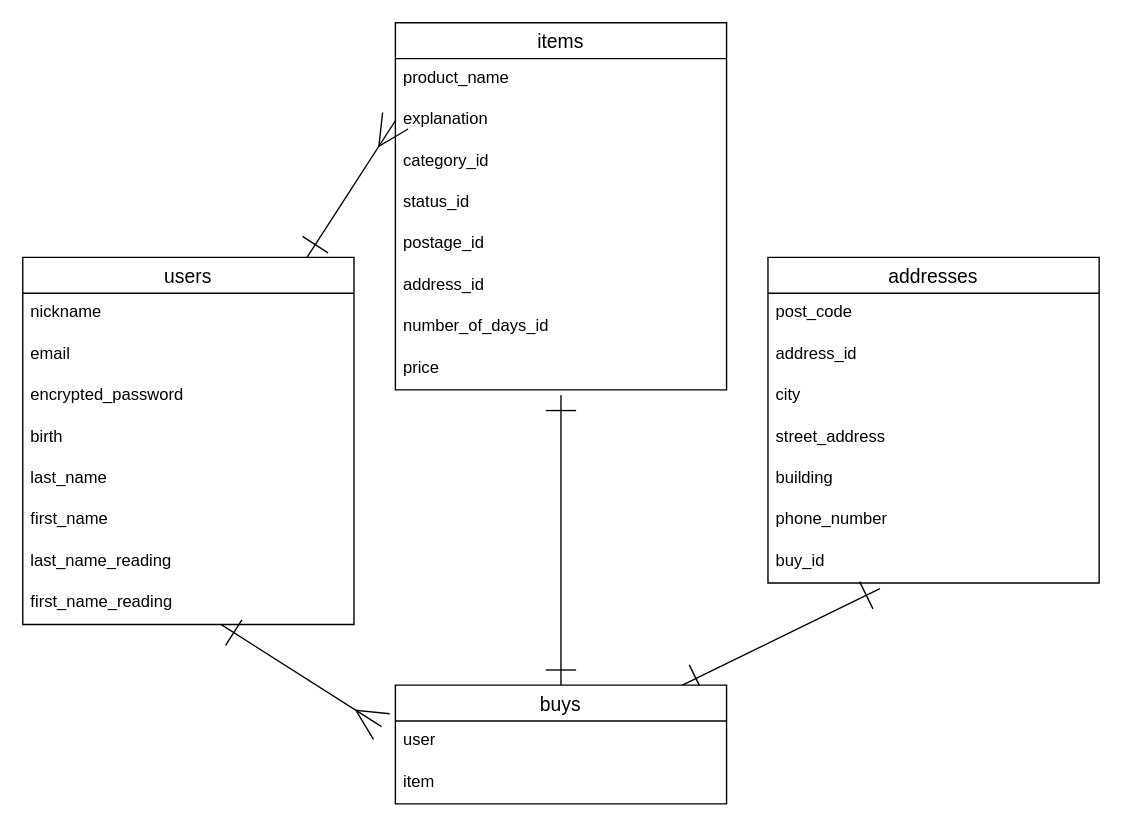
This is ER.dio from aiueo818/furima-40136, a draw.io file, before an edit. Source tidied: cells renumbered, new cells numbered last; positions are measured from the earlier drawing's top-left corner, leaving out a move shared by most shapes. Both pictures are drawn from the tidied source at 138%, with x=0, y=0 at pixel (22, 22).
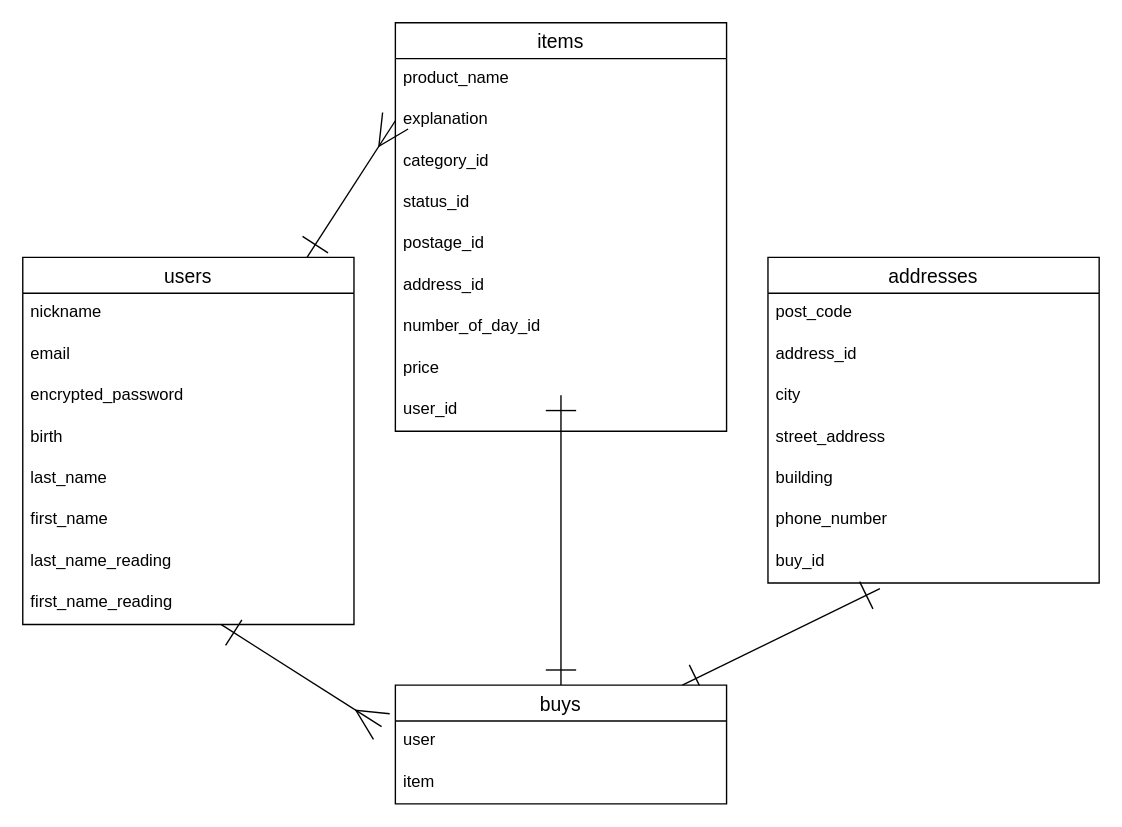
After the change.

Commit message (it also covers changes not shown here):
DB設計の修正４

# What
レビューいただいた修正箇所の修正

# Why
DB設計を正しく行うため

ER図のURLは以下になります。
https://gyazo.com/f9fbc9ddcc952fcde8fcdb6dcae0f47d

Change to the diagram source:
```diff
@@
     <mxCell id="12" value="items" style="swimlane;fontStyle=0;horizontal=1;startSize=26;align=center;fontSize=14;" parent="1" vertex="1">
-      <mxGeometry x="270" width="240" height="266" as="geometry" />
+      <mxGeometry x="270" width="240" height="296" as="geometry" />
     </mxCell>
@@
-    <mxCell id="19" value="number_of_days_id" style="text;strokeColor=none;fillColor=none;spacingLeft=4;spacingRight=4;overflow=hidden;fontSize=12;" parent="12" vertex="1">
+    <mxCell id="19" value="number_of_day_id" style="text;strokeColor=none;fillColor=none;spacingLeft=4;spacingRight=4;overflow=hidden;fontSize=12;" parent="12" vertex="1">
       <mxGeometry y="206" width="240" height="30" as="geometry" />
     </mxCell>
@@
+    <mxCell id="36" value="user_id" style="text;strokeColor=none;fillColor=none;spacingLeft=4;spacingRight=4;overflow=hidden;fontSize=12;" parent="12" vertex="1">
+      <mxGeometry y="266" width="240" height="30" as="geometry" />
+    </mxCell>
```
